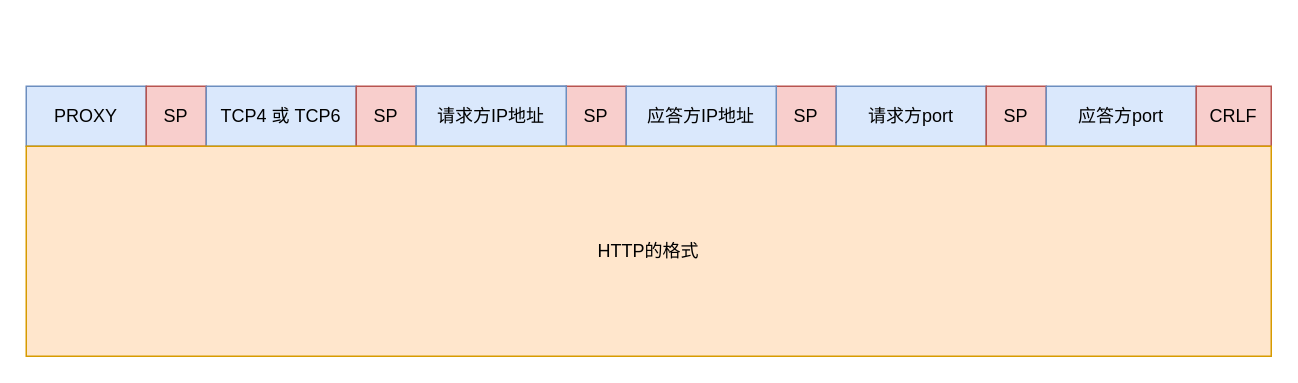
Before: HTTp.drawio in moonlightop/Blog, a draw.io diagram. Source tidied: cells renumbered, new cells numbered last; positions are measured from the earlier drawing's top-left corner, leaving out a move shared by most shapes. Both pictures are drawn from the tidied source at 150%, with x=0, y=0 at pixel (26, 86).
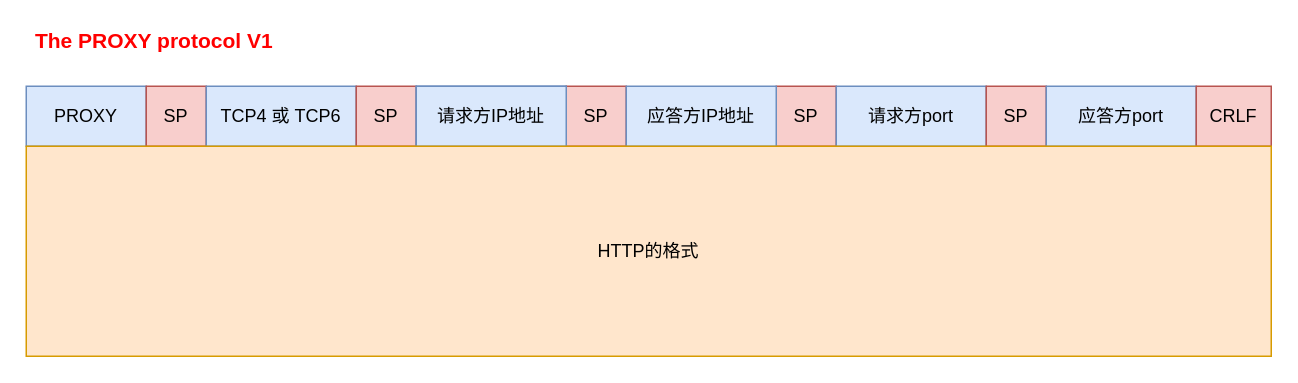
After the change.

What changed in the source:
```diff
@@
 <mxGraphModel>
   <root>
     <mxCell id="0" />
     <mxCell id="1" parent="0" />
     <mxCell id="2" value="PROXY" style="rounded=0;whiteSpace=wrap;html=1;fillColor=#dae8fc;strokeColor=#6c8ebf;" parent="1" vertex="1">
       <mxGeometry width="80" height="40" as="geometry" />
     </mxCell>
     <mxCell id="3" value="SP" style="rounded=0;whiteSpace=wrap;html=1;fillColor=#f8cecc;strokeColor=#b85450;" parent="1" vertex="1">
       <mxGeometry x="80" width="40" height="40" as="geometry" />
     </mxCell>
     <mxCell id="4" value="TCP4 或 TCP6" style="rounded=0;whiteSpace=wrap;html=1;fillColor=#dae8fc;strokeColor=#6c8ebf;" parent="1" vertex="1">
       <mxGeometry x="120" width="100" height="40" as="geometry" />
     </mxCell>
     <mxCell id="5" value="SP" style="rounded=0;whiteSpace=wrap;html=1;fillColor=#f8cecc;strokeColor=#b85450;" parent="1" vertex="1">
       <mxGeometry x="220" width="40" height="40" as="geometry" />
     </mxCell>
     <mxCell id="6" value="请求方IP地址" style="rounded=0;whiteSpace=wrap;html=1;fillColor=#dae8fc;strokeColor=#6c8ebf;" parent="1" vertex="1">
       <mxGeometry x="260" width="100" height="40" as="geometry" />
     </mxCell>
     <mxCell id="7" value="SP" style="rounded=0;whiteSpace=wrap;html=1;fillColor=#f8cecc;strokeColor=#b85450;" parent="1" vertex="1">
       <mxGeometry x="360" width="40" height="40" as="geometry" />
     </mxCell>
     <mxCell id="8" value="请求方IP地址" style="rounded=0;whiteSpace=wrap;html=1;fillColor=#dae8fc;strokeColor=#6c8ebf;" parent="1" vertex="1">
       <mxGeometry x="260" width="100" height="40" as="geometry" />
     </mxCell>
     <mxCell id="9" value="SP" style="rounded=0;whiteSpace=wrap;html=1;fillColor=#f8cecc;strokeColor=#b85450;" parent="1" vertex="1">
       <mxGeometry x="500" width="40" height="40" as="geometry" />
     </mxCell>
     <mxCell id="10" value="请求方port" style="rounded=0;whiteSpace=wrap;html=1;fillColor=#dae8fc;strokeColor=#6c8ebf;" parent="1" vertex="1">
       <mxGeometry x="540" width="100" height="40" as="geometry" />
     </mxCell>
     <mxCell id="11" value="应答方IP地址" style="rounded=0;whiteSpace=wrap;html=1;fillColor=#dae8fc;strokeColor=#6c8ebf;" parent="1" vertex="1">
       <mxGeometry x="400" width="100" height="40" as="geometry" />
     </mxCell>
     <mxCell id="12" value="SP" style="rounded=0;whiteSpace=wrap;html=1;fillColor=#f8cecc;strokeColor=#b85450;" parent="1" vertex="1">
       <mxGeometry x="640" width="40" height="40" as="geometry" />
     </mxCell>
     <mxCell id="13" value="应答方port" style="rounded=0;whiteSpace=wrap;html=1;fillColor=#dae8fc;strokeColor=#6c8ebf;" parent="1" vertex="1">
       <mxGeometry x="680" width="100" height="40" as="geometry" />
     </mxCell>
     <mxCell id="14" value="CRLF" style="rounded=0;whiteSpace=wrap;html=1;fillColor=#f8cecc;strokeColor=#b85450;" parent="1" vertex="1">
       <mxGeometry x="780" width="50" height="40" as="geometry" />
     </mxCell>
     <mxCell id="15" value="HTTP的格式" style="rounded=0;whiteSpace=wrap;html=1;fillColor=#ffe6cc;strokeColor=#d79b00;" parent="1" vertex="1">
       <mxGeometry y="40" width="830" height="140" as="geometry" />
     </mxCell>
+    <mxCell id="16" value="&lt;b&gt;&lt;font style=&quot;font-size: 14px&quot; color=&quot;#ff0000&quot;&gt;The PROXY protocol V1&lt;/font&gt;&lt;/b&gt;" style="text;html=1;align=center;verticalAlign=middle;strokeColor=none;" parent="1" vertex="1">
+      <mxGeometry y="-40" width="170" height="20" as="geometry" />
+    </mxCell>
   </root>
 </mxGraphModel>
```
